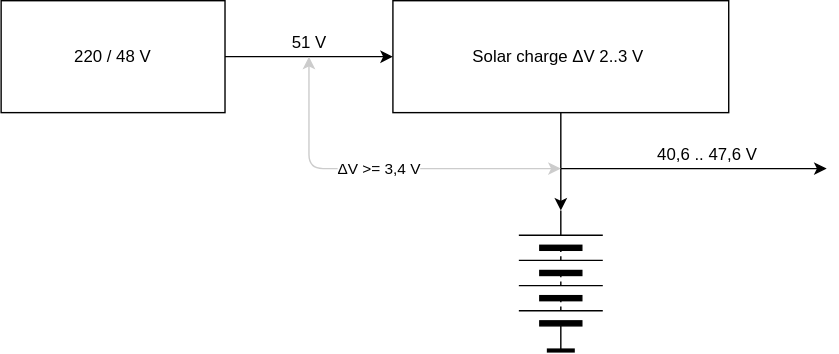
Before: docs/power/simple_sch.svg, a diagram exported from draw.io (atitoff/CSH4). Source tidied: cells renumbered, new cells last; positions are measured from the earlier drawing's top-left corner, leaving out a move shared by most shapes. The source it was exported from:
```xml
<mxGraphModel>
  <root>
    <mxCell id="0" />
    <mxCell id="1" parent="0" />
    <mxCell id="2" style="edgeStyle=orthogonalEdgeStyle;rounded=0;jettySize=auto;html=1;exitX=1;exitY=0.5;exitDx=0;exitDy=0;entryX=0;entryY=0.5;entryDx=0;entryDy=0;" parent="1" edge="1" source="3" target="5">
      <mxGeometry relative="1" as="geometry" />
    </mxCell>
    <mxCell id="3" value="220 / 48 V" style="rounded=0;whiteSpace=wrap;html=1;" parent="1" vertex="1">
      <mxGeometry width="160" height="80" as="geometry" />
    </mxCell>
    <mxCell id="4" style="edgeStyle=orthogonalEdgeStyle;rounded=0;jettySize=auto;html=1;exitX=0.5;exitY=1;exitDx=0;exitDy=0;entryX=1;entryY=0.5;entryDx=0;entryDy=0;" parent="1" edge="1" source="5" target="6">
      <mxGeometry relative="1" as="geometry" />
    </mxCell>
    <mxCell id="5" value="Solar charge&amp;nbsp;ΔV 2..3 V&amp;nbsp;" style="rounded=0;whiteSpace=wrap;html=1;" parent="1" vertex="1">
      <mxGeometry x="280" width="240" height="80" as="geometry" />
    </mxCell>
    <mxCell id="6" style="verticalLabelPosition=bottom;shadow=0;dashed=0;align=center;html=1;verticalAlign=top;shape=mxgraph.electrical.miscellaneous.batteryStack;rotation=-90;" parent="1" vertex="1">
      <mxGeometry x="350" y="170" width="100" height="60" as="geometry" />
    </mxCell>
    <mxCell id="7" style="endArrow=none;html=1;strokeWidth=3;" parent="1" edge="1">
      <mxGeometry relative="1" as="geometry">
        <mxPoint x="390" y="250" as="sourcePoint" />
        <mxPoint x="410" y="250" as="targetPoint" />
      </mxGeometry>
    </mxCell>
    <mxCell id="8" style="endArrow=classic;html=1;strokeWidth=1;" parent="1" edge="1">
      <mxGeometry relative="1" as="geometry">
        <mxPoint x="400" y="120" as="sourcePoint" />
        <mxPoint x="590" y="120" as="targetPoint" />
      </mxGeometry>
    </mxCell>
    <mxCell id="9" value="40,6 .. 47,6 V" style="text;html=1;strokeColor=none;fillColor=none;align=center;verticalAlign=middle;whiteSpace=wrap;rounded=0;" parent="1" vertex="1">
      <mxGeometry x="460" y="100" width="90" height="20" as="geometry" />
    </mxCell>
    <mxCell id="10" value="51 V" style="text;html=1;align=center;verticalAlign=middle;points=[];" parent="1" vertex="1">
      <mxGeometry x="200" y="20" width="40" height="20" as="geometry" />
    </mxCell>
    <mxCell id="11" style="endArrow=classic;startArrow=classic;html=1;strokeWidth=1;strokeColor=#CCCCCC;" parent="1" edge="1" target="10">
      <mxGeometry relative="1" as="geometry">
        <mxPoint x="400" y="120" as="sourcePoint" />
        <Array as="points">
          <mxPoint x="220" y="120" />
        </Array>
      </mxGeometry>
    </mxCell>
    <mxCell id="12" value="ΔV &amp;gt;= 3,4 V" style="edgeLabel;html=1;align=center;verticalAlign=middle;" parent="11" vertex="1">
      <mxGeometry relative="1" as="geometry" />
    </mxCell>
  </root>
</mxGraphModel>
```
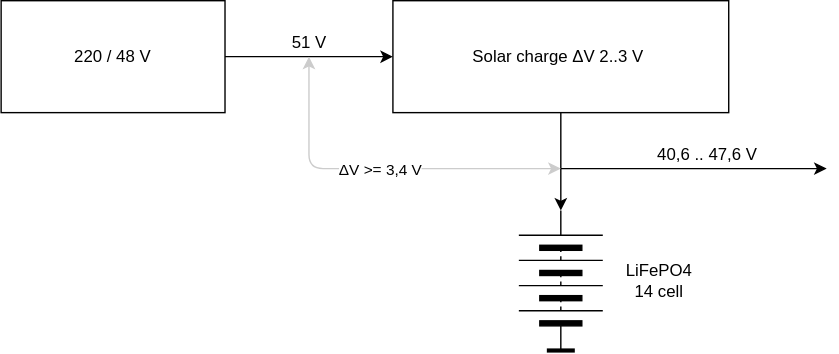
After the commit.

The edit, as a diff of the source:
```diff
@@ -46,5 +46,8 @@
     <mxCell id="12" value="ΔV &amp;gt;= 3,4 V" style="edgeLabel;html=1;align=center;verticalAlign=middle;" parent="11" vertex="1">
       <mxGeometry relative="1" as="geometry" />
     </mxCell>
+    <mxCell id="13" value="LiFePO4&lt;br&gt;14 cell" style="text;html=1;align=center;verticalAlign=middle;" parent="1" vertex="1">
+      <mxGeometry x="440" y="185" width="60" height="30" as="geometry" />
+    </mxCell>
   </root>
 </mxGraphModel>
```
